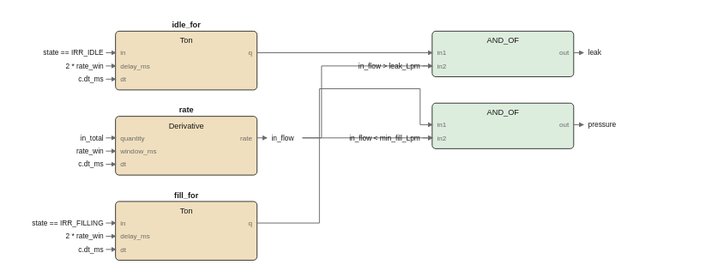
The draw.io diagram images/logic/irr_mtr_input_fbd.drawio.svg in pstch/botanik2, before a commit. Source tidied: cells renumbered, new cells last; positions are measured from the earlier drawing's top-left corner, leaving out a move shared by most shapes.
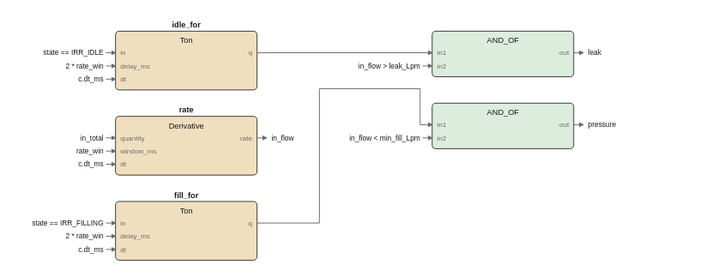
Above is the later version.

Change to the diagram source:
```diff
@@ -130,130 +130,114 @@
     </mxCell>
     <mxCell id="40" style="edgeStyle=none;html=1;strokeColor=#6b6b6b;endArrow=block;" parent="1" edge="1">
       <mxGeometry relative="1" as="geometry">
-        <mxPoint x="165.8" y="99" as="sourcePoint" />
-        <mxPoint x="274" y="39" as="targetPoint" />
+        <mxPoint x="128" y="170" as="sourcePoint" />
+        <mxPoint x="274" y="88" as="targetPoint" />
         <Array as="points">
-          <mxPoint x="181.8" y="99" />
-          <mxPoint x="181.8" y="39" />
+          <mxPoint x="180" y="170" />
+          <mxPoint x="180" y="58" />
+          <mxPoint x="264" y="58" />
+          <mxPoint x="264" y="88" />
         </Array>
       </mxGeometry>
     </mxCell>
-    <mxCell id="41" style="edgeStyle=none;html=1;strokeColor=#6b6b6b;endArrow=block;" parent="1" edge="1">
-      <mxGeometry relative="1" as="geometry">
-        <mxPoint x="128" y="170" as="sourcePoint" />
-        <mxPoint x="274" y="88" as="targetPoint" />
-        <Array as="points">
-          <mxPoint x="180" y="170" />
-          <mxPoint x="180" y="58" />
-          <mxPoint x="264" y="58" />
-          <mxPoint x="264" y="88" />
-        </Array>
-      </mxGeometry>
-    </mxCell>
+    <mxCell id="65" value="in_total" style="text;html=1;fontSize=6;fontColor=#1a1a1a;align=left;" parent="1" vertex="1">
+      <mxGeometry y="95" width="40" height="10" as="geometry" />
+    </mxCell>
     <mxCell id="42" style="edgeStyle=none;html=1;strokeColor=#6b6b6b;endArrow=block;" parent="1" edge="1">
       <mxGeometry relative="1" as="geometry">
-        <mxPoint x="165.8" y="99" as="sourcePoint" />
-        <mxPoint x="274" y="99" as="targetPoint" />
+        <mxPoint x="2" y="99" as="sourcePoint" />
+        <mxPoint x="10" y="99" as="targetPoint" />
       </mxGeometry>
     </mxCell>
-    <mxCell id="43" value="in_total" style="text;html=1;fontSize=6;fontColor=#1a1a1a;align=left;" parent="1" vertex="1">
-      <mxGeometry y="95" width="40" height="10" as="geometry" />
+    <mxCell id="43" value="rate_win" style="text;html=1;fontSize=6;fontColor=#1a1a1a;align=left;" parent="1" vertex="1">
+      <mxGeometry y="106" width="40" height="10" as="geometry" />
     </mxCell>
     <mxCell id="44" style="edgeStyle=none;html=1;strokeColor=#6b6b6b;endArrow=block;" parent="1" edge="1">
       <mxGeometry relative="1" as="geometry">
-        <mxPoint x="2" y="99" as="sourcePoint" />
-        <mxPoint x="10" y="99" as="targetPoint" />
+        <mxPoint x="2" y="110" as="sourcePoint" />
+        <mxPoint x="10" y="110" as="targetPoint" />
       </mxGeometry>
     </mxCell>
-    <mxCell id="45" value="rate_win" style="text;html=1;fontSize=6;fontColor=#1a1a1a;align=left;" parent="1" vertex="1">
-      <mxGeometry y="106" width="40" height="10" as="geometry" />
+    <mxCell id="45" value="c.dt_ms" style="text;html=1;fontSize=6;fontColor=#1a1a1a;align=left;" parent="1" vertex="1">
+      <mxGeometry y="117" width="40" height="10" as="geometry" />
     </mxCell>
     <mxCell id="46" style="edgeStyle=none;html=1;strokeColor=#6b6b6b;endArrow=block;" parent="1" edge="1">
       <mxGeometry relative="1" as="geometry">
-        <mxPoint x="2" y="110" as="sourcePoint" />
-        <mxPoint x="10" y="110" as="targetPoint" />
+        <mxPoint x="2" y="121" as="sourcePoint" />
+        <mxPoint x="10" y="121" as="targetPoint" />
       </mxGeometry>
     </mxCell>
-    <mxCell id="47" value="c.dt_ms" style="text;html=1;fontSize=6;fontColor=#1a1a1a;align=left;" parent="1" vertex="1">
-      <mxGeometry y="117" width="40" height="10" as="geometry" />
+    <mxCell id="47" value="state == IRR_IDLE" style="text;html=1;fontSize=6;fontColor=#1a1a1a;align=left;" parent="1" vertex="1">
+      <mxGeometry y="24" width="85" height="10" as="geometry" />
     </mxCell>
     <mxCell id="48" style="edgeStyle=none;html=1;strokeColor=#6b6b6b;endArrow=block;" parent="1" edge="1">
       <mxGeometry relative="1" as="geometry">
-        <mxPoint x="2" y="121" as="sourcePoint" />
-        <mxPoint x="10" y="121" as="targetPoint" />
+        <mxPoint x="2" y="28" as="sourcePoint" />
+        <mxPoint x="10" y="28" as="targetPoint" />
       </mxGeometry>
     </mxCell>
-    <mxCell id="49" value="state == IRR_IDLE" style="text;html=1;fontSize=6;fontColor=#1a1a1a;align=left;" parent="1" vertex="1">
-      <mxGeometry y="24" width="85" height="10" as="geometry" />
+    <mxCell id="49" value="2 * rate_win" style="text;html=1;fontSize=6;fontColor=#1a1a1a;align=left;" parent="1" vertex="1">
+      <mxGeometry y="35" width="60" height="10" as="geometry" />
     </mxCell>
     <mxCell id="50" style="edgeStyle=none;html=1;strokeColor=#6b6b6b;endArrow=block;" parent="1" edge="1">
       <mxGeometry relative="1" as="geometry">
-        <mxPoint x="2" y="28" as="sourcePoint" />
-        <mxPoint x="10" y="28" as="targetPoint" />
+        <mxPoint x="2" y="39" as="sourcePoint" />
+        <mxPoint x="10" y="39" as="targetPoint" />
       </mxGeometry>
     </mxCell>
-    <mxCell id="51" value="2 * rate_win" style="text;html=1;fontSize=6;fontColor=#1a1a1a;align=left;" parent="1" vertex="1">
-      <mxGeometry y="35" width="60" height="10" as="geometry" />
+    <mxCell id="51" value="c.dt_ms" style="text;html=1;fontSize=6;fontColor=#1a1a1a;align=left;" parent="1" vertex="1">
+      <mxGeometry y="46" width="40" height="10" as="geometry" />
     </mxCell>
     <mxCell id="52" style="edgeStyle=none;html=1;strokeColor=#6b6b6b;endArrow=block;" parent="1" edge="1">
       <mxGeometry relative="1" as="geometry">
-        <mxPoint x="2" y="39" as="sourcePoint" />
-        <mxPoint x="10" y="39" as="targetPoint" />
+        <mxPoint x="2" y="50" as="sourcePoint" />
+        <mxPoint x="10" y="50" as="targetPoint" />
       </mxGeometry>
     </mxCell>
-    <mxCell id="53" value="c.dt_ms" style="text;html=1;fontSize=6;fontColor=#1a1a1a;align=left;" parent="1" vertex="1">
-      <mxGeometry y="46" width="40" height="10" as="geometry" />
+    <mxCell id="53" value="in_flow &gt; leak_Lpm" style="text;html=1;fontSize=6;fontColor=#1a1a1a;align=left;" parent="1" vertex="1">
+      <mxGeometry x="264" y="35" width="90" height="10" as="geometry" />
     </mxCell>
     <mxCell id="54" style="edgeStyle=none;html=1;strokeColor=#6b6b6b;endArrow=block;" parent="1" edge="1">
       <mxGeometry relative="1" as="geometry">
-        <mxPoint x="2" y="50" as="sourcePoint" />
-        <mxPoint x="10" y="50" as="targetPoint" />
+        <mxPoint x="266" y="39" as="sourcePoint" />
+        <mxPoint x="274" y="39" as="targetPoint" />
       </mxGeometry>
     </mxCell>
-    <mxCell id="55" value="in_flow &gt; leak_Lpm" style="text;html=1;fontSize=6;fontColor=#1a1a1a;align=left;" parent="1" vertex="1">
-      <mxGeometry x="264" y="35" width="90" height="10" as="geometry" />
+    <mxCell id="55" value="state == IRR_FILLING" style="text;html=1;fontSize=6;fontColor=#1a1a1a;align=left;" parent="1" vertex="1">
+      <mxGeometry y="166" width="100" height="10" as="geometry" />
     </mxCell>
     <mxCell id="56" style="edgeStyle=none;html=1;strokeColor=#6b6b6b;endArrow=block;" parent="1" edge="1">
       <mxGeometry relative="1" as="geometry">
-        <mxPoint x="266" y="39" as="sourcePoint" />
-        <mxPoint x="274" y="39" as="targetPoint" />
+        <mxPoint x="2" y="170" as="sourcePoint" />
+        <mxPoint x="10" y="170" as="targetPoint" />
       </mxGeometry>
     </mxCell>
-    <mxCell id="57" value="state == IRR_FILLING" style="text;html=1;fontSize=6;fontColor=#1a1a1a;align=left;" parent="1" vertex="1">
-      <mxGeometry y="166" width="100" height="10" as="geometry" />
+    <mxCell id="57" value="2 * rate_win" style="text;html=1;fontSize=6;fontColor=#1a1a1a;align=left;" parent="1" vertex="1">
+      <mxGeometry y="177" width="60" height="10" as="geometry" />
     </mxCell>
     <mxCell id="58" style="edgeStyle=none;html=1;strokeColor=#6b6b6b;endArrow=block;" parent="1" edge="1">
       <mxGeometry relative="1" as="geometry">
-        <mxPoint x="2" y="170" as="sourcePoint" />
-        <mxPoint x="10" y="170" as="targetPoint" />
+        <mxPoint x="2" y="181" as="sourcePoint" />
+        <mxPoint x="10" y="181" as="targetPoint" />
       </mxGeometry>
     </mxCell>
-    <mxCell id="59" value="2 * rate_win" style="text;html=1;fontSize=6;fontColor=#1a1a1a;align=left;" parent="1" vertex="1">
-      <mxGeometry y="177" width="60" height="10" as="geometry" />
+    <mxCell id="59" value="c.dt_ms" style="text;html=1;fontSize=6;fontColor=#1a1a1a;align=left;" parent="1" vertex="1">
+      <mxGeometry y="188" width="40" height="10" as="geometry" />
     </mxCell>
     <mxCell id="60" style="edgeStyle=none;html=1;strokeColor=#6b6b6b;endArrow=block;" parent="1" edge="1">
       <mxGeometry relative="1" as="geometry">
-        <mxPoint x="2" y="181" as="sourcePoint" />
-        <mxPoint x="10" y="181" as="targetPoint" />
+        <mxPoint x="2" y="192" as="sourcePoint" />
+        <mxPoint x="10" y="192" as="targetPoint" />
       </mxGeometry>
     </mxCell>
-    <mxCell id="61" value="c.dt_ms" style="text;html=1;fontSize=6;fontColor=#1a1a1a;align=left;" parent="1" vertex="1">
-      <mxGeometry y="188" width="40" height="10" as="geometry" />
+    <mxCell id="61" value="in_flow &lt; min_fill_Lpm" style="text;html=1;fontSize=6;fontColor=#1a1a1a;align=left;" parent="1" vertex="1">
+      <mxGeometry x="264" y="95" width="110" height="10" as="geometry" />
     </mxCell>
     <mxCell id="62" style="edgeStyle=none;html=1;strokeColor=#6b6b6b;endArrow=block;" parent="1" edge="1">
       <mxGeometry relative="1" as="geometry">
-        <mxPoint x="2" y="192" as="sourcePoint" />
-        <mxPoint x="10" y="192" as="targetPoint" />
+        <mxPoint x="266" y="99" as="sourcePoint" />
+        <mxPoint x="274" y="99" as="targetPoint" />
       </mxGeometry>
     </mxCell>
-    <mxCell id="63" value="in_flow &lt; min_fill_Lpm" style="text;html=1;fontSize=6;fontColor=#1a1a1a;align=left;" parent="1" vertex="1">
-      <mxGeometry x="264" y="95" width="110" height="10" as="geometry" />
-    </mxCell>
-    <mxCell id="64" style="edgeStyle=none;html=1;strokeColor=#6b6b6b;endArrow=block;" parent="1" edge="1">
-      <mxGeometry relative="1" as="geometry">
-        <mxPoint x="266" y="99" as="sourcePoint" />
-        <mxPoint x="274" y="99" as="targetPoint" />
-      </mxGeometry>
-    </mxCell>
   </root>
 </mxGraphModel>
```
